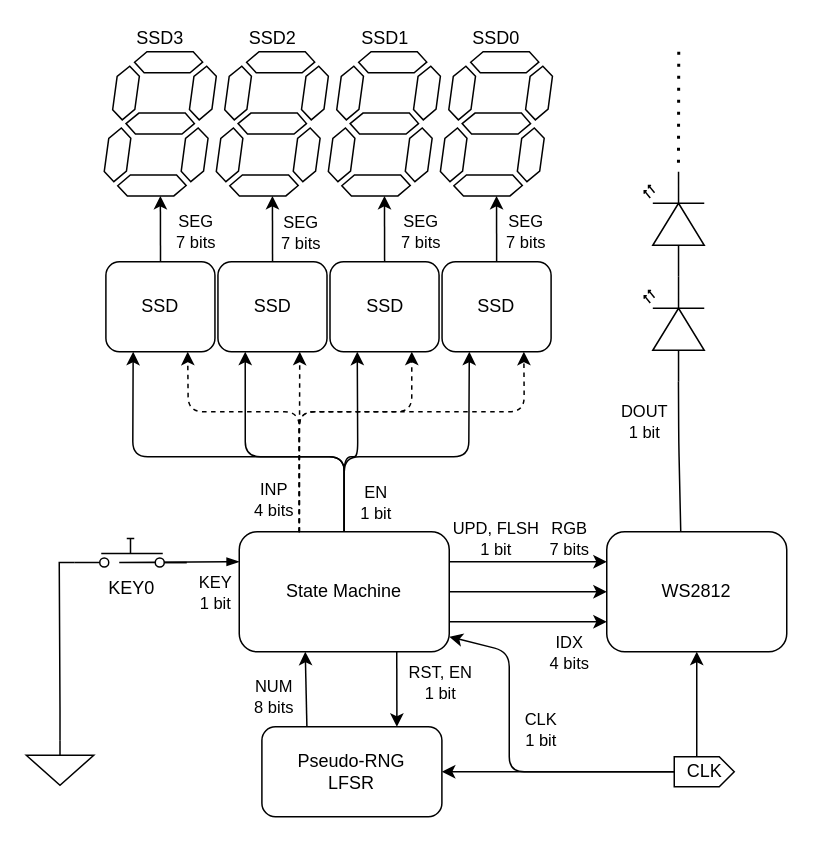
Earlier version of the draw.io diagram page "Structure" (1 of 2) of doc/Diagrams.drawio (JVKran/Response-Time-Game). Source tidied: cells renumbered, new cells numbered last; positions are measured from the earlier drawing's top-left corner, leaving out a move shared by most shapes. Both pictures are drawn from the tidied source at 150%, with x=0, y=0 at pixel (26, 51).
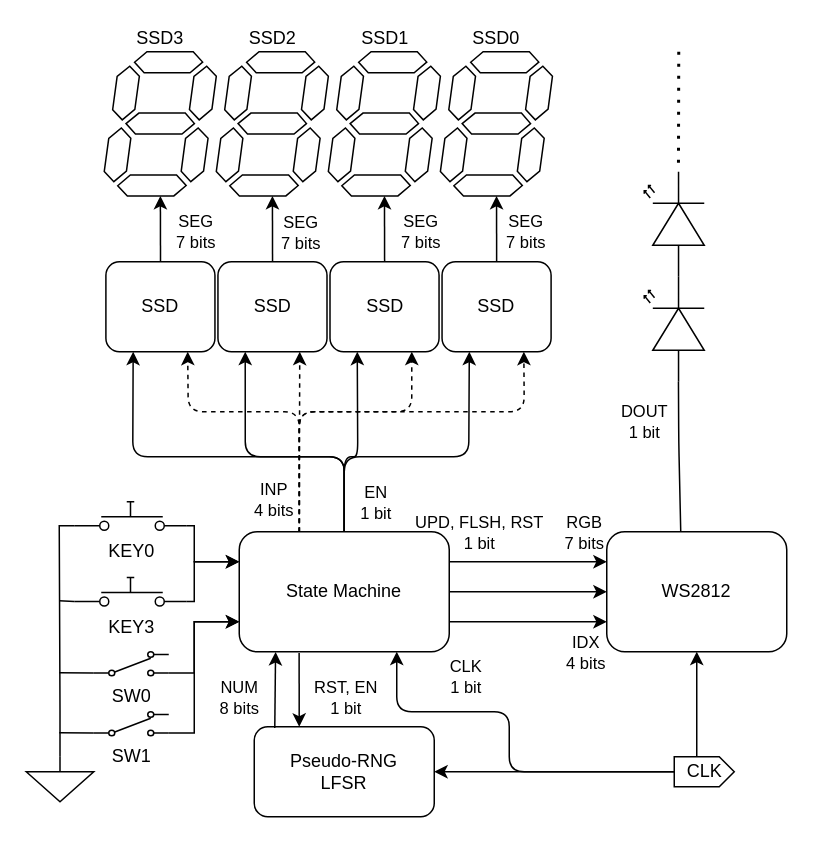
The same diagram, later.

The change refers to these unchanged cells:
```xml
<mxCell id="44" style="endArrow=classic;html=1;entryX=0;entryY=0.25;entryDx=0;entryDy=0;exitX=1;exitY=0.25;exitDx=0;exitDy=0;" parent="1" edge="1" source="23" target="39">
  <mxGeometry relative="1" as="geometry" />
</mxCell>
<mxCell id="46" style="endArrow=classic;html=1;entryX=0;entryY=0.75;entryDx=0;entryDy=0;exitX=1;exitY=0.75;exitDx=0;exitDy=0;" parent="1" edge="1" source="23" target="39">
  <mxGeometry relative="1" as="geometry">
    <Array as="points">
      <mxPoint x="342" y="380" />
    </Array>
  </mxGeometry>
</mxCell>
<mxCell id="48" style="endArrow=classic;html=1;exitX=1;exitY=0.5;exitDx=0;exitDy=0;entryX=0;entryY=0.5;entryDx=0;entryDy=0;" parent="1" edge="1" source="23" target="39">
  <mxGeometry relative="1" as="geometry" />
</mxCell>
<mxCell id="55" value="CLK" style="html=1;shadow=0;dashed=0;align=center;verticalAlign=middle;shape=mxgraph.arrows2.arrow;dy=0;dx=10;notch=0;direction=east;" parent="1" vertex="1">
  <mxGeometry x="432" y="470" width="40" height="20" as="geometry" />
</mxCell>
```

Diff of the diagram source:
```diff
@@
-    <mxCell id="2" style="edgeStyle=orthogonalEdgeStyle;rounded=0;jettySize=auto;html=1;exitX=1;exitY=0.84;exitDx=0;exitDy=0;exitPerimeter=0;entryX=0;entryY=0.25;entryDx=0;entryDy=0;endArrow=blockThin;endFill=1;" parent="1" edge="1" source="4" target="23">
+    <mxCell id="2" style="edgeStyle=orthogonalEdgeStyle;rounded=0;jettySize=auto;html=1;exitX=1;exitY=0.84;exitDx=0;exitDy=0;exitPerimeter=0;entryX=0;entryY=0.25;entryDx=0;entryDy=0;" parent="1" edge="1" source="4" target="23">
       <mxGeometry relative="1" as="geometry">
         <Array as="points">
-          <mxPoint x="62" y="340" />
-          <mxPoint x="62" y="340" />
+          <mxPoint x="112" y="316" />
+          <mxPoint x="112" y="340" />
         </Array>
       </mxGeometry>
     </mxCell>
-    <mxCell id="3" value="KEY&lt;br&gt;1 bit" style="edgeLabel;html=1;align=center;verticalAlign=middle;" parent="2" vertex="1">
-      <mxGeometry x="0.18" relative="1" as="geometry">
-        <mxPoint x="34.5" y="19.7" as="offset" />
-      </mxGeometry>
-    </mxCell>
     <mxCell id="4" value="KEY0" style="verticalLabelPosition=bottom;shadow=0;dashed=0;align=center;html=1;verticalAlign=top;shape=mxgraph.electrical.electro-mechanical.push_switch_no;" parent="1" vertex="1">
-      <mxGeometry x="32" y="324.5" width="75" height="19" as="geometry" />
+      <mxGeometry x="32" y="300" width="75" height="19" as="geometry" />
     </mxCell>
@@
     <mxCell id="6" style="verticalLabelPosition=bottom;shadow=0;dashed=0;align=center;html=1;verticalAlign=top;shape=mxgraph.electrical.signal_sources.signal_ground;" parent="1" vertex="1">
-      <mxGeometry y="459" width="45" height="30" as="geometry" />
+      <mxGeometry y="470" width="45" height="30" as="geometry" />
     </mxCell>
@@
-    <mxCell id="23" value="State Machine" style="rounded=1;whiteSpace=wrap;html=1;" parent="1" vertex="1">
-      <mxGeometry x="142" y="320" width="140" height="80" as="geometry" />
-    </mxCell>
@@
     <mxCell id="34" value="Pseudo-RNG&lt;br&gt;LFSR" style="rounded=1;whiteSpace=wrap;html=1;" parent="1" vertex="1">
-      <mxGeometry x="157.1" y="450" width="120" height="60" as="geometry" />
+      <mxGeometry x="152" y="450" width="120" height="60" as="geometry" />
     </mxCell>
-    <mxCell id="35" style="endArrow=classic;html=1;entryX=0.75;entryY=0;entryDx=0;entryDy=0;exitX=0.75;exitY=1;exitDx=0;exitDy=0;" parent="1" edge="1" source="23" target="34">
-      <mxGeometry relative="1" as="geometry" />
-    </mxCell>
-    <mxCell id="36" value="RST, EN&lt;br&gt;1 bit" style="edgeLabel;html=1;align=center;verticalAlign=middle;" parent="35" vertex="1">
-      <mxGeometry x="-0.41" y="2" relative="1" as="geometry">
-        <mxPoint x="26.1" y="5.2" as="offset" />
-      </mxGeometry>
-    </mxCell>
-    <mxCell id="37" style="endArrow=classic;html=1;exitX=0.25;exitY=0;exitDx=0;exitDy=0;" parent="1" edge="1" source="34">
-      <mxGeometry relative="1" as="geometry">
-        <mxPoint x="186" y="400" as="targetPoint" />
-      </mxGeometry>
+    <mxCell id="37" style="endArrow=classic;html=1;exitX=0.114;exitY=0.014;exitDx=0;exitDy=0;exitPerimeter=0;entryX=0.173;entryY=1.002;entryDx=0;entryDy=0;entryPerimeter=0;" parent="1" edge="1" source="34" target="23">
+      <mxGeometry relative="1" as="geometry" />
     </mxCell>
     <mxCell id="38" value="NUM&lt;br&gt;8 bits" style="edgeLabel;html=1;align=center;verticalAlign=middle;" parent="37" vertex="1">
       <mxGeometry x="0.54" y="-2" relative="1" as="geometry">
-        <mxPoint x="-24.2" y="18.8" as="offset" />
+        <mxPoint x="-26.1" y="18.3" as="offset" />
       </mxGeometry>
     </mxCell>
@@
     <mxCell id="45" value="RGB&lt;br&gt;7 bits" style="edgeLabel;html=1;align=center;verticalAlign=middle;" parent="44" vertex="1">
       <mxGeometry x="-0.5" y="1" relative="1" as="geometry">
-        <mxPoint x="53.7" y="-14.5" as="offset" />
+        <mxPoint x="63.3" y="-19" as="offset" />
       </mxGeometry>
     </mxCell>
@@
     <mxCell id="47" value="IDX&lt;br&gt;4 bits" style="edgeLabel;html=1;align=center;verticalAlign=middle;" parent="46" vertex="1">
       <mxGeometry x="-0.45" y="2" relative="1" as="geometry">
-        <mxPoint x="50.9" y="22" as="offset" />
+        <mxPoint x="61" y="22" as="offset" />
       </mxGeometry>
     </mxCell>
@@
-    <mxCell id="49" value="UPD, FLSH&lt;br&gt;1 bit" style="edgeLabel;html=1;align=center;verticalAlign=middle;" parent="48" vertex="1">
+    <mxCell id="49" value="UPD, FLSH, RST&lt;br&gt;1 bit" style="edgeLabel;html=1;align=center;verticalAlign=middle;" parent="48" vertex="1">
       <mxGeometry x="-0.29" relative="1" as="geometry">
-        <mxPoint x="-6.2" y="-35.5" as="offset" />
+        <mxPoint x="-17.6" y="-40" as="offset" />
       </mxGeometry>
     </mxCell>
@@
-    <mxCell id="53" style="endArrow=classic;html=1;entryX=1;entryY=0.875;entryDx=0;entryDy=0;exitX=0;exitY=0.5;exitDx=0;exitDy=0;exitPerimeter=0;entryPerimeter=0;" parent="1" edge="1" source="55" target="23">
+    <mxCell id="53" style="endArrow=classic;html=1;entryX=0.75;entryY=1;entryDx=0;entryDy=0;exitX=0;exitY=0.5;exitDx=0;exitDy=0;exitPerimeter=0;" parent="1" edge="1" source="55" target="23">
       <mxGeometry relative="1" as="geometry">
         <Array as="points">
           <mxPoint x="322" y="480" />
-          <mxPoint x="322" y="400" />
+          <mxPoint x="322" y="440" />
+          <mxPoint x="247" y="440" />
         </Array>
       </mxGeometry>
     </mxCell>
     <mxCell id="54" value="CLK&lt;br&gt;1 bit" style="edgeLabel;html=1;align=center;verticalAlign=middle;" parent="53" vertex="1">
       <mxGeometry x="0.18" relative="1" as="geometry">
-        <mxPoint x="20" y="-2.9" as="offset" />
+        <mxPoint x="-23.2" y="-24" as="offset" />
       </mxGeometry>
     </mxCell>
@@
+    <mxCell id="23" value="State Machine" style="rounded=1;whiteSpace=wrap;html=1;" parent="1" vertex="1">
+      <mxGeometry x="142" y="320" width="140" height="80" as="geometry" />
+    </mxCell>
+    <mxCell id="56" style="edgeStyle=orthogonalEdgeStyle;rounded=0;jettySize=auto;html=1;exitX=1;exitY=0.84;exitDx=0;exitDy=0;exitPerimeter=0;entryX=0;entryY=0.25;entryDx=0;entryDy=0;" parent="1" edge="1" source="57" target="23">
+      <mxGeometry relative="1" as="geometry">
+        <Array as="points">
+          <mxPoint x="112" y="367" />
+          <mxPoint x="112" y="340" />
+        </Array>
+      </mxGeometry>
+    </mxCell>
+    <mxCell id="57" value="KEY3" style="verticalLabelPosition=bottom;shadow=0;dashed=0;align=center;html=1;verticalAlign=top;shape=mxgraph.electrical.electro-mechanical.push_switch_no;" parent="1" vertex="1">
+      <mxGeometry x="32" y="350.5" width="75" height="19" as="geometry" />
+    </mxCell>
+    <mxCell id="58" style="endArrow=none;html=1;entryX=0;entryY=0.84;entryDx=0;entryDy=0;entryPerimeter=0;" parent="1" edge="1" target="57">
+      <mxGeometry relative="1" as="geometry">
+        <mxPoint x="22" y="366" as="sourcePoint" />
+      </mxGeometry>
+    </mxCell>
+    <mxCell id="59" style="edgeStyle=orthogonalEdgeStyle;rounded=0;jettySize=auto;html=1;exitX=1;exitY=0.885;exitDx=0;exitDy=0;exitPerimeter=0;" parent="1" edge="1" source="60">
+      <mxGeometry relative="1" as="geometry">
+        <mxPoint x="142" y="380" as="targetPoint" />
+        <Array as="points">
+          <mxPoint x="112" y="414" />
+          <mxPoint x="112" y="380" />
+        </Array>
+      </mxGeometry>
+    </mxCell>
+    <mxCell id="60" value="SW0" style="verticalLabelPosition=bottom;shadow=0;dashed=0;align=center;html=1;verticalAlign=top;shape=mxgraph.electrical.electro-mechanical.2-way_switch;" parent="1" vertex="1">
+      <mxGeometry x="45" y="400" width="50" height="16" as="geometry" />
+    </mxCell>
+    <mxCell id="61" style="edgeStyle=orthogonalEdgeStyle;rounded=0;jettySize=auto;html=1;exitX=1;exitY=0.885;exitDx=0;exitDy=0;exitPerimeter=0;entryX=0;entryY=0.75;entryDx=0;entryDy=0;" parent="1" edge="1" source="62" target="23">
+      <mxGeometry relative="1" as="geometry">
+        <Array as="points">
+          <mxPoint x="112" y="454" />
+          <mxPoint x="112" y="380" />
+        </Array>
+      </mxGeometry>
+    </mxCell>
+    <mxCell id="62" value="SW1" style="verticalLabelPosition=bottom;shadow=0;dashed=0;align=center;html=1;verticalAlign=top;shape=mxgraph.electrical.electro-mechanical.2-way_switch;" parent="1" vertex="1">
+      <mxGeometry x="45" y="440" width="50" height="16" as="geometry" />
+    </mxCell>
+    <mxCell id="63" style="endArrow=none;html=1;entryX=0;entryY=0.885;entryDx=0;entryDy=0;entryPerimeter=0;" parent="1" edge="1" target="60">
+      <mxGeometry relative="1" as="geometry">
+        <mxPoint x="22" y="414" as="sourcePoint" />
+      </mxGeometry>
+    </mxCell>
+    <mxCell id="64" style="endArrow=none;html=1;entryX=0;entryY=0.885;entryDx=0;entryDy=0;entryPerimeter=0;" parent="1" edge="1" target="62">
+      <mxGeometry relative="1" as="geometry">
+        <mxPoint x="22" y="454" as="sourcePoint" />
+      </mxGeometry>
+    </mxCell>
+    <mxCell id="35" style="endArrow=classic;html=1;entryX=0.25;entryY=0;entryDx=0;entryDy=0;exitX=0.285;exitY=1.01;exitDx=0;exitDy=0;exitPerimeter=0;" parent="1" edge="1" source="23" target="34">
+      <mxGeometry relative="1" as="geometry" />
+    </mxCell>
+    <mxCell id="36" value="RST, EN&lt;br&gt;1 bit" style="edgeLabel;html=1;align=center;verticalAlign=middle;" parent="35" vertex="1">
+      <mxGeometry x="-0.41" y="2" relative="1" as="geometry">
+        <mxPoint x="28.1" y="14.8" as="offset" />
+      </mxGeometry>
+    </mxCell>
```
